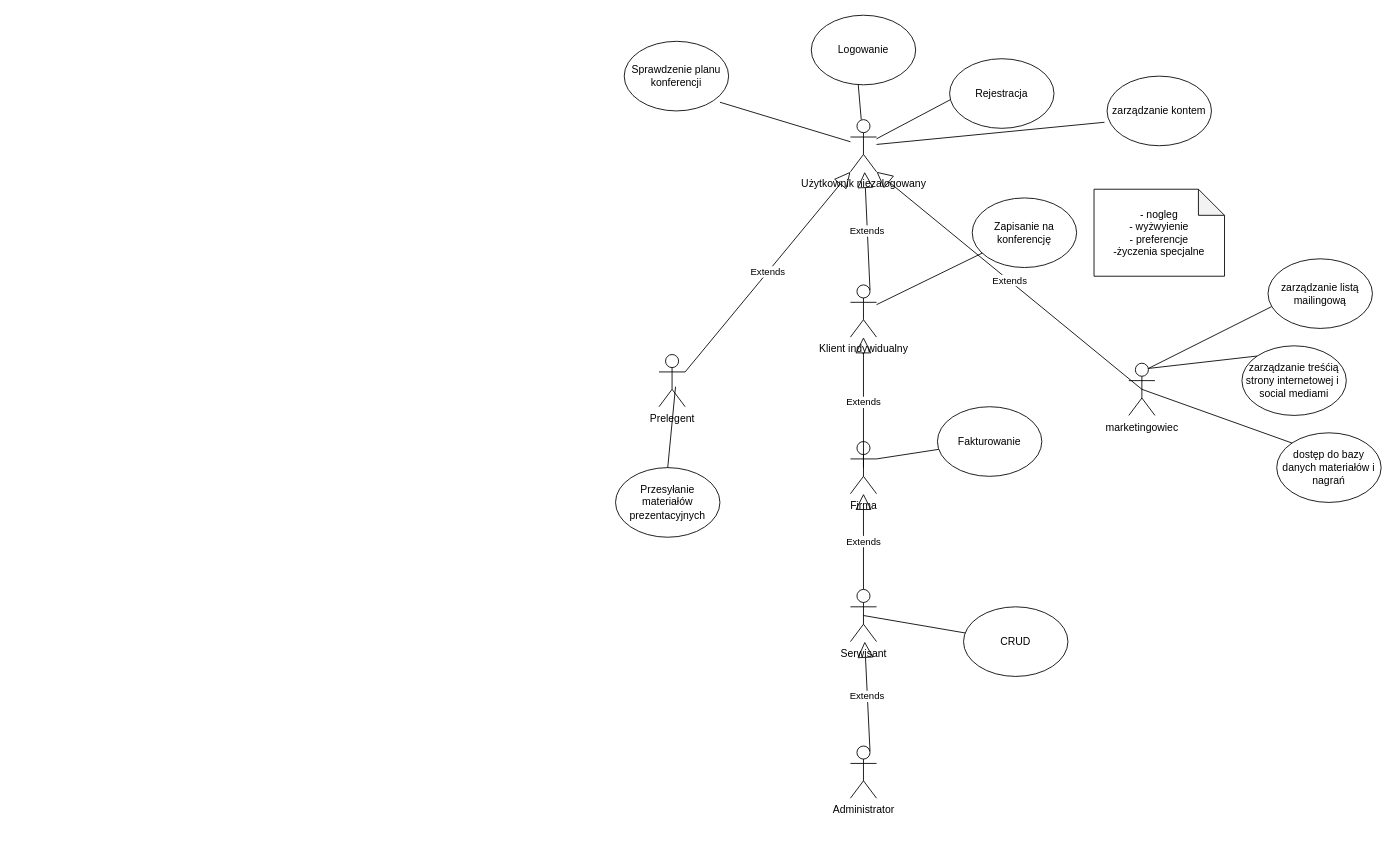
my-memory-leaked/Smart-Home keeps this draw.io diagram as Aipsi.drawio. Above is the earlier version. Source tidied: cells renumbered, new cells numbered last; positions are measured from the earlier drawing's top-left corner, leaving out a move shared by most shapes. Both pictures are drawn from the tidied source at 87%, with x=0, y=0 at pixel (615, 15).
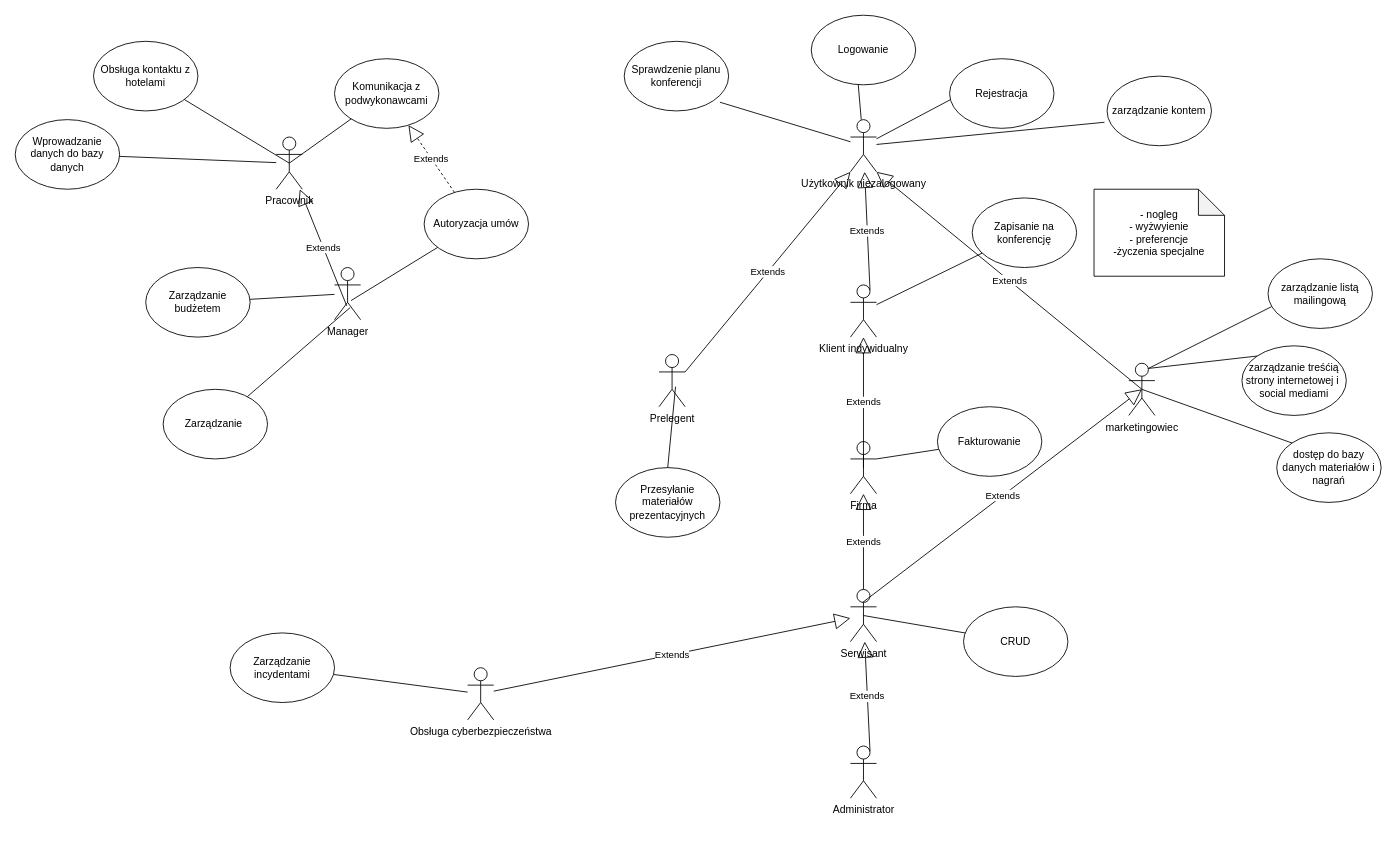
The same diagram, later.

Commit message:
Dodano managera i pracownika

The change refers to these unchanged cells:
```xml
<mxCell id="21" value="Serwisant" style="shape=umlActor;verticalLabelPosition=bottom;verticalAlign=top;html=1;outlineConnect=0;" parent="1" vertex="1">
  <mxGeometry x="270" y="660" width="30" height="60" as="geometry" />
</mxCell>
<mxCell id="30" value="marketingowiec" style="shape=umlActor;verticalLabelPosition=bottom;verticalAlign=top;html=1;outlineConnect=0;" parent="1" vertex="1">
  <mxGeometry x="590" y="400" width="30" height="60" as="geometry" />
</mxCell>
```

Diff of the diagram source:
```diff
@@
+    <mxCell id="38" value="Extends" style="endArrow=block;endSize=16;endFill=0;html=1;rounded=0;entryX=0.5;entryY=0.5;entryDx=0;entryDy=0;entryPerimeter=0;exitX=0.467;exitY=0.25;exitDx=0;exitDy=0;exitPerimeter=0;" parent="1" edge="1" source="21" target="30">
+      <mxGeometry relative="1" as="geometry" />
+    </mxCell>
+    <mxCell id="39" value="Manager" style="shape=umlActor;verticalLabelPosition=bottom;verticalAlign=top;html=1;" parent="1" vertex="1">
+      <mxGeometry x="-323" y="290" width="30" height="60" as="geometry" />
+    </mxCell>
+    <mxCell id="40" value="Zarządzanie budżetem" style="ellipse;whiteSpace=wrap;html=1;" parent="1" vertex="1">
+      <mxGeometry x="-540" y="290" width="120" height="80" as="geometry" />
+    </mxCell>
+    <mxCell id="41" style="endArrow=none;html=1;rounded=0;" parent="1" edge="1" source="40" target="39">
+      <mxGeometry relative="1" as="geometry" />
+    </mxCell>
+    <mxCell id="42" value="Zarządzanie&amp;nbsp;" style="ellipse;whiteSpace=wrap;html=1;" parent="1" vertex="1">
+      <mxGeometry x="-520" y="430" width="120" height="80" as="geometry" />
+    </mxCell>
+    <mxCell id="43" value="Pracownik" style="shape=umlActor;verticalLabelPosition=bottom;verticalAlign=top;html=1;outlineConnect=0;" parent="1" vertex="1">
+      <mxGeometry x="-390" y="140" width="30" height="60" as="geometry" />
+    </mxCell>
+    <mxCell id="44" value="Obsługa kontaktu z hotelami" style="ellipse;whiteSpace=wrap;html=1;" parent="1" vertex="1">
+      <mxGeometry x="-600" y="30" width="120" height="80" as="geometry" />
+    </mxCell>
+    <mxCell id="45" value="Wprowadzanie danych do bazy danych" style="ellipse;whiteSpace=wrap;html=1;" parent="1" vertex="1">
+      <mxGeometry x="-690" y="120" width="120" height="80" as="geometry" />
+    </mxCell>
+    <mxCell id="46" style="endArrow=none;html=1;rounded=0;" parent="1" edge="1" source="45" target="43">
+      <mxGeometry relative="1" as="geometry" />
+    </mxCell>
+    <mxCell id="47" style="endArrow=none;html=1;rounded=0;exitX=0.5;exitY=0.5;exitDx=0;exitDy=0;exitPerimeter=0;" parent="1" edge="1" source="43" target="44">
+      <mxGeometry relative="1" as="geometry" />
+    </mxCell>
+    <mxCell id="48" value="Komunikacja z podwykonawcami" style="ellipse;whiteSpace=wrap;html=1;" parent="1" vertex="1">
+      <mxGeometry x="-323" y="50" width="120" height="80" as="geometry" />
+    </mxCell>
+    <mxCell id="49" style="endArrow=none;html=1;rounded=0;exitX=0.5;exitY=0.5;exitDx=0;exitDy=0;exitPerimeter=0;" parent="1" edge="1" source="43" target="48">
+      <mxGeometry relative="1" as="geometry" />
+    </mxCell>
+    <mxCell id="50" value="Autoryzacja umów" style="ellipse;whiteSpace=wrap;html=1;" parent="1" vertex="1">
+      <mxGeometry x="-220" y="200" width="120" height="80" as="geometry" />
+    </mxCell>
+    <mxCell id="51" value="Extends" style="endArrow=block;endSize=16;endFill=0;html=1;rounded=0;dashed=1;" parent="1" edge="1" source="50" target="48">
+      <mxGeometry relative="1" as="geometry" />
+    </mxCell>
+    <mxCell id="52" style="endArrow=none;html=1;rounded=0;exitX=0.633;exitY=0.633;exitDx=0;exitDy=0;exitPerimeter=0;" parent="1" edge="1" source="39" target="50">
+      <mxGeometry relative="1" as="geometry" />
+    </mxCell>
+    <mxCell id="53" style="endArrow=none;html=1;rounded=0;entryX=0.6;entryY=0.767;entryDx=0;entryDy=0;entryPerimeter=0;" parent="1" edge="1" source="42" target="39">
+      <mxGeometry relative="1" as="geometry" />
+    </mxCell>
+    <mxCell id="54" value="Extends" style="endArrow=block;endSize=16;endFill=0;html=1;rounded=0;exitX=0.467;exitY=0.733;exitDx=0;exitDy=0;exitPerimeter=0;" parent="1" edge="1" source="39" target="43">
+      <mxGeometry relative="1" as="geometry" />
+    </mxCell>
+    <mxCell id="55" value="Obsługa cyberbezpieczeństwa" style="shape=umlActor;verticalLabelPosition=bottom;verticalAlign=top;html=1;outlineConnect=0;" parent="1" vertex="1">
+      <mxGeometry x="-170" y="750" width="30" height="60" as="geometry" />
+    </mxCell>
+    <mxCell id="56" value="Extends" style="endArrow=block;endSize=16;endFill=0;html=1;rounded=0;" parent="1" edge="1" source="55" target="21">
+      <mxGeometry relative="1" as="geometry" />
+    </mxCell>
+    <mxCell id="57" value="Zarządzanie incydentami" style="ellipse;whiteSpace=wrap;html=1;" parent="1" vertex="1">
+      <mxGeometry x="-443" y="710" width="120" height="80" as="geometry" />
+    </mxCell>
+    <mxCell id="58" style="endArrow=none;html=1;rounded=0;" parent="1" edge="1" source="55" target="57">
+      <mxGeometry relative="1" as="geometry" />
+    </mxCell>
```
